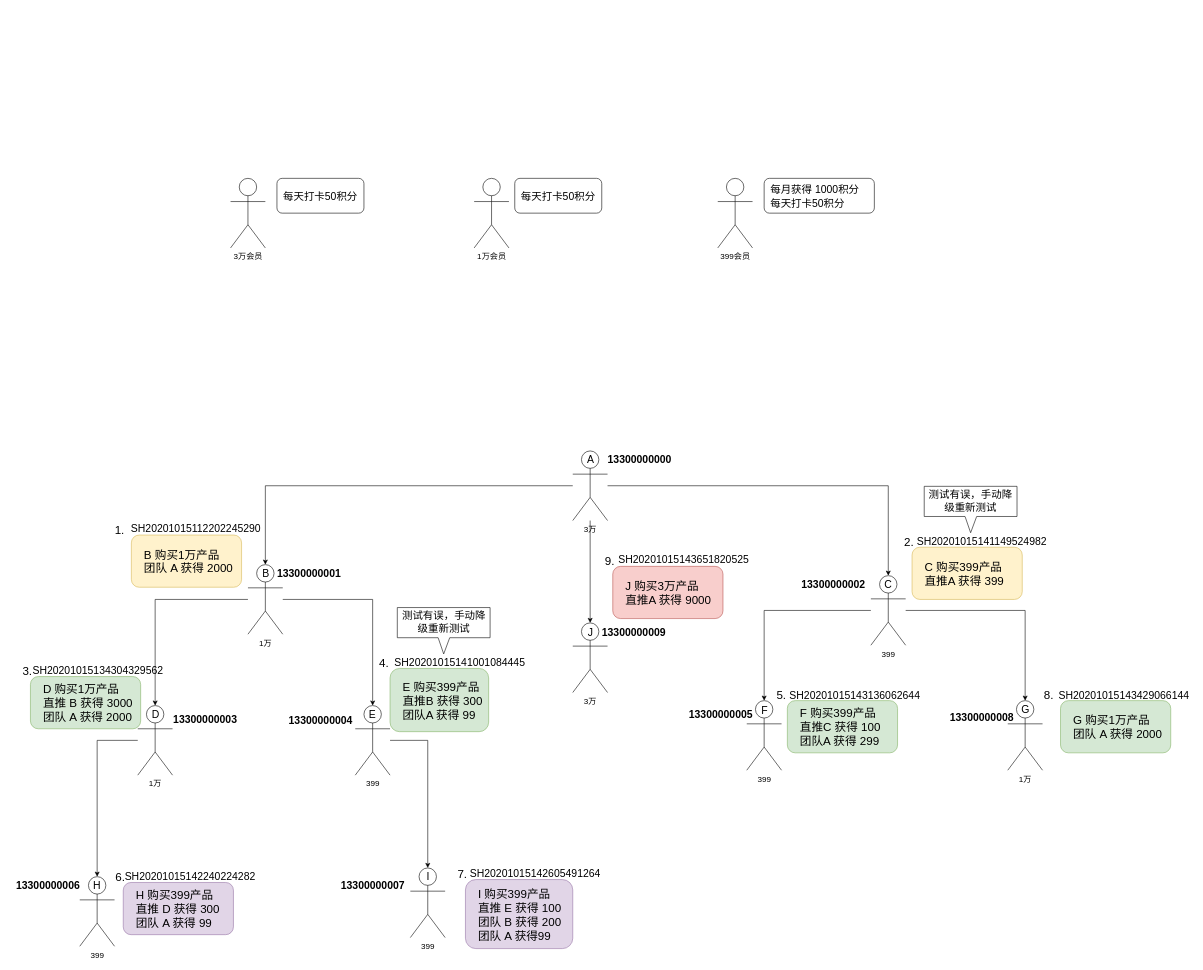
Before: 大枣哥.drawio in Cathzql/drawio, a draw.io diagram. Source tidied: cells renumbered, new cells numbered last; positions are measured from the earlier drawing's top-left corner, leaving out a move shared by most shapes. Both pictures are drawn from the tidied source at 58%, with x=0, y=0 at pixel (10, 178).
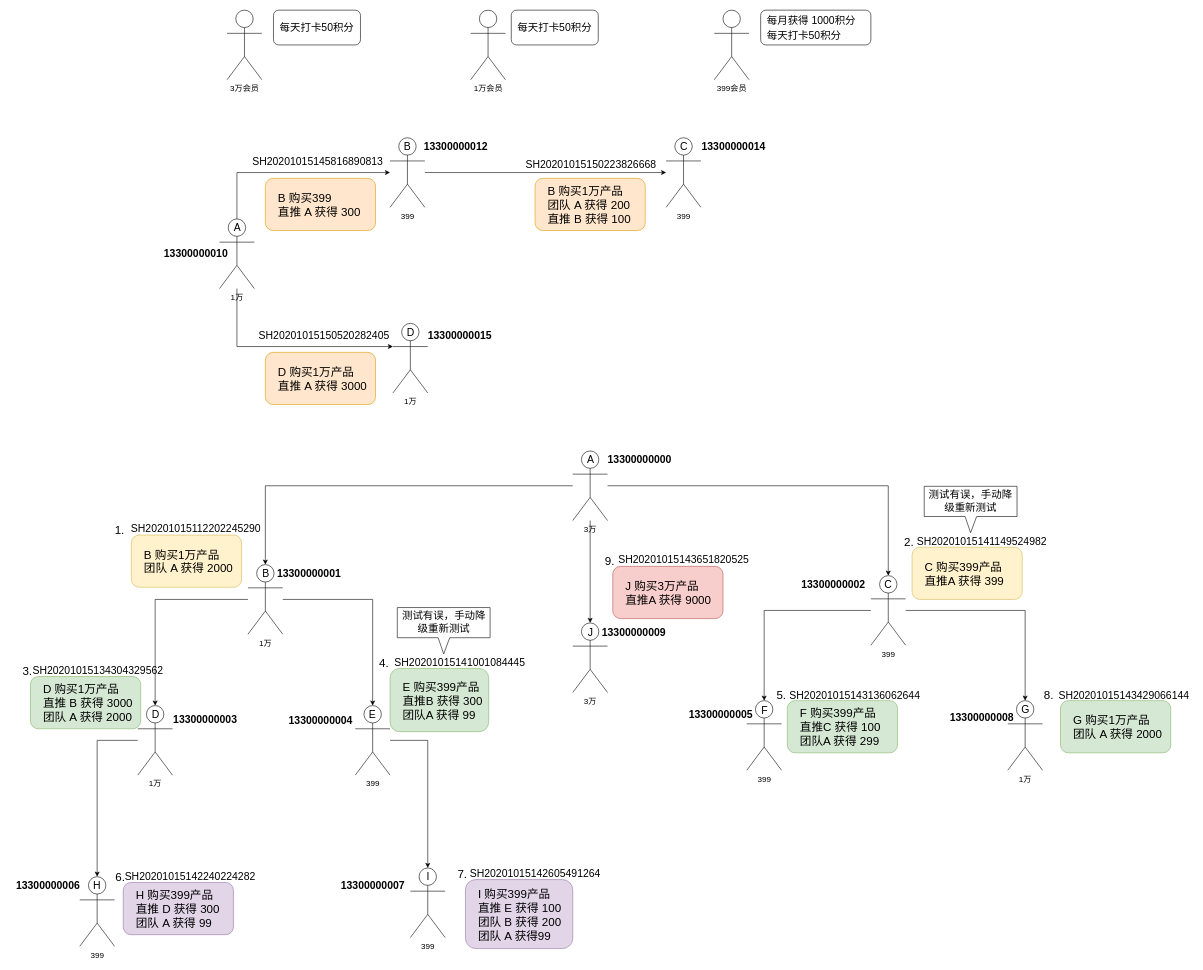
After the change.

Commit message (it also covers changes not shown here):
更新大枣哥.drawio

Change to the diagram source:
```diff
@@
     <mxCell id="2" value="&lt;span lang=&quot;EN-US&quot; style=&quot;font-size: 10.5pt ; font-family: &amp;#34;calibri&amp;#34; , &amp;#34;sans-serif&amp;#34;&quot;&gt;3&lt;/span&gt;&lt;span style=&quot;font-size: 10.5pt&quot;&gt;万会员&lt;/span&gt;" style="shape=umlActor;verticalLabelPosition=bottom;verticalAlign=top;html=1;" parent="1" vertex="1">
-      <mxGeometry x="380" width="60" height="120" as="geometry" />
+      <mxGeometry x="374" y="-290" width="60" height="120" as="geometry" />
     </mxCell>
     <mxCell id="3" value="&lt;span lang=&quot;EN-US&quot; style=&quot;font-size: 10.5pt ; font-family: &amp;#34;calibri&amp;#34; , &amp;#34;sans-serif&amp;#34;&quot;&gt;1&lt;/span&gt;&lt;span style=&quot;font-size: 10.5pt&quot;&gt;万会员&lt;/span&gt;" style="shape=umlActor;verticalLabelPosition=bottom;verticalAlign=top;html=1;" parent="1" vertex="1">
-      <mxGeometry x="800" width="60" height="120" as="geometry" />
+      <mxGeometry x="794" y="-290" width="60" height="120" as="geometry" />
     </mxCell>
     <mxCell id="4" value="&lt;span lang=&quot;EN-US&quot; style=&quot;font-size: 10.5pt ; font-family: &amp;#34;calibri&amp;#34; , &amp;#34;sans-serif&amp;#34;&quot;&gt;399&lt;/span&gt;&lt;span style=&quot;font-size: 10.5pt&quot;&gt;会员&lt;/span&gt;" style="shape=umlActor;verticalLabelPosition=bottom;verticalAlign=top;html=1;" parent="1" vertex="1">
-      <mxGeometry x="1220" width="60" height="120" as="geometry" />
+      <mxGeometry x="1214" y="-290" width="60" height="120" as="geometry" />
     </mxCell>
@@
     <mxCell id="46" value="&lt;span style=&quot;font-size: 18px&quot;&gt;每天打卡50积分&lt;/span&gt;" style="rounded=1;whiteSpace=wrap;html=1;labelBackgroundColor=none;fillColor=#FFFFFF;fontSize=20;fontColor=#000000;align=left;spacingTop=0;spacingLeft=9;" parent="1" vertex="1">
-      <mxGeometry x="870" width="150" height="60" as="geometry" />
+      <mxGeometry x="864" y="-290" width="150" height="60" as="geometry" />
     </mxCell>
     <mxCell id="47" value="&lt;font style=&quot;font-size: 18px&quot;&gt;每月获得&amp;nbsp;&lt;/font&gt;&lt;span style=&quot;font-size: 18px ; text-indent: 0cm&quot;&gt;1000积分&lt;/span&gt;&lt;span style=&quot;font-size: 18px&quot;&gt;&lt;br&gt;每天打卡50积分&lt;/span&gt;" style="rounded=1;whiteSpace=wrap;html=1;labelBackgroundColor=none;fillColor=#FFFFFF;fontSize=20;fontColor=#000000;align=left;spacingTop=0;spacingLeft=9;" parent="1" vertex="1">
-      <mxGeometry x="1300" width="190" height="60" as="geometry" />
+      <mxGeometry x="1294" y="-290" width="190" height="60" as="geometry" />
     </mxCell>
     <mxCell id="48" value="&lt;span style=&quot;font-size: 18px&quot;&gt;每天打卡50积分&lt;/span&gt;" style="rounded=1;whiteSpace=wrap;html=1;labelBackgroundColor=none;fillColor=#FFFFFF;fontSize=20;fontColor=#000000;align=left;spacingTop=0;spacingLeft=9;" parent="1" vertex="1">
-      <mxGeometry x="460" width="150" height="60" as="geometry" />
+      <mxGeometry x="454" y="-290" width="150" height="60" as="geometry" />
     </mxCell>
@@
+    <mxCell id="76" style="edgeStyle=orthogonalEdgeStyle;rounded=0;jettySize=auto;html=1;fontSize=18;" parent="1" edge="1" source="78" target="81">
+      <mxGeometry relative="1" as="geometry">
+        <Array as="points">
+          <mxPoint x="391" y="-10" />
+        </Array>
+      </mxGeometry>
+    </mxCell>
+    <mxCell id="77" style="edgeStyle=orthogonalEdgeStyle;rounded=0;jettySize=auto;html=1;fontSize=18;" parent="1" edge="1" source="78" target="83">
+      <mxGeometry relative="1" as="geometry">
+        <Array as="points">
+          <mxPoint x="391" y="290" />
+        </Array>
+      </mxGeometry>
+    </mxCell>
+    <mxCell id="78" value="&lt;font face=&quot;calibri, sans-serif&quot;&gt;&lt;span style=&quot;font-size: 14px&quot;&gt;1万&lt;/span&gt;&lt;/font&gt;" style="shape=umlActor;verticalLabelPosition=bottom;verticalAlign=top;html=1;outlineConnect=0;" parent="1" vertex="1">
+      <mxGeometry x="361" y="70" width="60" height="120" as="geometry" />
+    </mxCell>
+    <mxCell id="79" value="13300000010" style="text;html=1;align=center;verticalAlign=middle;fontSize=18;fontStyle=1;" parent="1" vertex="1">
+      <mxGeometry x="255" y="115" width="130" height="30" as="geometry" />
+    </mxCell>
+    <mxCell id="80" style="edgeStyle=orthogonalEdgeStyle;rounded=0;jettySize=auto;html=1;fontSize=18;" parent="1" edge="1" source="81" target="82">
+      <mxGeometry relative="1" as="geometry" />
+    </mxCell>
+    <mxCell id="81" value="&lt;font face=&quot;calibri, sans-serif&quot;&gt;&lt;span style=&quot;font-size: 14px&quot;&gt;399&lt;/span&gt;&lt;/font&gt;" style="shape=umlActor;verticalLabelPosition=bottom;verticalAlign=top;html=1;outlineConnect=0;" parent="1" vertex="1">
+      <mxGeometry x="655" y="-70" width="60" height="120" as="geometry" />
+    </mxCell>
+    <mxCell id="82" value="&lt;font face=&quot;calibri, sans-serif&quot;&gt;&lt;span style=&quot;font-size: 14px&quot;&gt;399&lt;/span&gt;&lt;/font&gt;" style="shape=umlActor;verticalLabelPosition=bottom;verticalAlign=top;html=1;outlineConnect=0;" parent="1" vertex="1">
+      <mxGeometry x="1131" y="-70" width="60" height="120" as="geometry" />
+    </mxCell>
+    <mxCell id="83" value="&lt;font face=&quot;calibri, sans-serif&quot;&gt;&lt;span style=&quot;font-size: 14px&quot;&gt;1万&lt;/span&gt;&lt;/font&gt;" style="shape=umlActor;verticalLabelPosition=bottom;verticalAlign=top;html=1;outlineConnect=0;" parent="1" vertex="1">
+      <mxGeometry x="660" y="250" width="60" height="120" as="geometry" />
+    </mxCell>
+    <mxCell id="84" value="D 购买1万产品&lt;br&gt;直推 A 获得 3000" style="rounded=1;whiteSpace=wrap;html=1;labelBackgroundColor=none;fillColor=#ffe6cc;align=left;fontSize=20;spacingLeft=20;strokeColor=#d79b00;" parent="1" vertex="1">
+      <mxGeometry x="440" y="300" width="190" height="90" as="geometry" />
+    </mxCell>
+    <mxCell id="85" value="&lt;span style=&quot;font-size: 18px&quot;&gt;A&lt;/span&gt;" style="text;html=1;strokeColor=none;fillColor=none;align=center;verticalAlign=middle;whiteSpace=wrap;rounded=0;labelBackgroundColor=none;fontColor=#000000;" parent="1" vertex="1">
+      <mxGeometry x="372" y="76" width="40" height="20" as="geometry" />
+    </mxCell>
+    <mxCell id="86" value="&lt;span style=&quot;font-size: 18px&quot;&gt;C&lt;/span&gt;" style="text;html=1;strokeColor=none;fillColor=none;align=center;verticalAlign=middle;whiteSpace=wrap;rounded=0;labelBackgroundColor=none;fontColor=#000000;" parent="1" vertex="1">
+      <mxGeometry x="1142" y="-64" width="40" height="20" as="geometry" />
+    </mxCell>
+    <mxCell id="87" value="&lt;span style=&quot;font-size: 18px&quot;&gt;B&lt;/span&gt;" style="text;html=1;strokeColor=none;fillColor=none;align=center;verticalAlign=middle;whiteSpace=wrap;rounded=0;labelBackgroundColor=none;fontColor=#000000;" parent="1" vertex="1">
+      <mxGeometry x="664.5" y="-64" width="40" height="20" as="geometry" />
+    </mxCell>
+    <mxCell id="88" value="&lt;span style=&quot;font-size: 18px&quot;&gt;D&lt;/span&gt;" style="text;html=1;strokeColor=none;fillColor=none;align=center;verticalAlign=middle;whiteSpace=wrap;rounded=0;labelBackgroundColor=none;fontColor=#000000;" parent="1" vertex="1">
+      <mxGeometry x="671" y="256" width="40" height="20" as="geometry" />
+    </mxCell>
+    <mxCell id="89" value="B 购买399&lt;br&gt;直推 A 获得 300" style="rounded=1;whiteSpace=wrap;html=1;labelBackgroundColor=none;fillColor=#ffe6cc;align=left;fontSize=20;spacingLeft=20;strokeColor=#d79b00;" parent="1" vertex="1">
+      <mxGeometry x="440" width="190" height="90" as="geometry" />
+    </mxCell>
+    <mxCell id="90" value="B 购买1万产品&lt;br&gt;团队 A 获得 200&lt;br&gt;直推 B 获得 100" style="rounded=1;whiteSpace=wrap;html=1;labelBackgroundColor=none;fillColor=#ffe6cc;align=left;fontSize=20;spacingLeft=20;strokeColor=#d79b00;" parent="1" vertex="1">
+      <mxGeometry x="905" width="190" height="90" as="geometry" />
+    </mxCell>
+    <mxCell id="91" value="13300000012" style="text;html=1;align=center;verticalAlign=middle;fontSize=18;fontStyle=1;" parent="1" vertex="1">
+      <mxGeometry x="702.5" y="-69" width="130" height="30" as="geometry" />
+    </mxCell>
+    <mxCell id="92" value=" SH20201015145816890813" style="text;html=1;align=center;verticalAlign=middle;fontSize=18;" parent="1" vertex="1">
+      <mxGeometry x="410" y="-44" width="240" height="30" as="geometry" />
+    </mxCell>
+    <mxCell id="93" value="13300000014" style="text;html=1;align=center;verticalAlign=middle;fontSize=18;fontStyle=1;" parent="1" vertex="1">
+      <mxGeometry x="1182" y="-70" width="130" height="30" as="geometry" />
+    </mxCell>
+    <mxCell id="94" value=" SH20201015150223826668" style="text;html=1;align=center;verticalAlign=middle;fontSize=18;" parent="1" vertex="1">
+      <mxGeometry x="881" y="-39" width="240" height="30" as="geometry" />
+    </mxCell>
+    <mxCell id="95" value="13300000015" style="text;html=1;align=center;verticalAlign=middle;fontSize=18;fontStyle=1;" parent="1" vertex="1">
+      <mxGeometry x="710" y="256" width="130" height="30" as="geometry" />
+    </mxCell>
+    <mxCell id="96" value=" SH20201015150520282405" style="text;html=1;align=center;verticalAlign=middle;fontSize=18;" parent="1" vertex="1">
+      <mxGeometry x="421" y="256" width="240" height="30" as="geometry" />
+    </mxCell>
```
